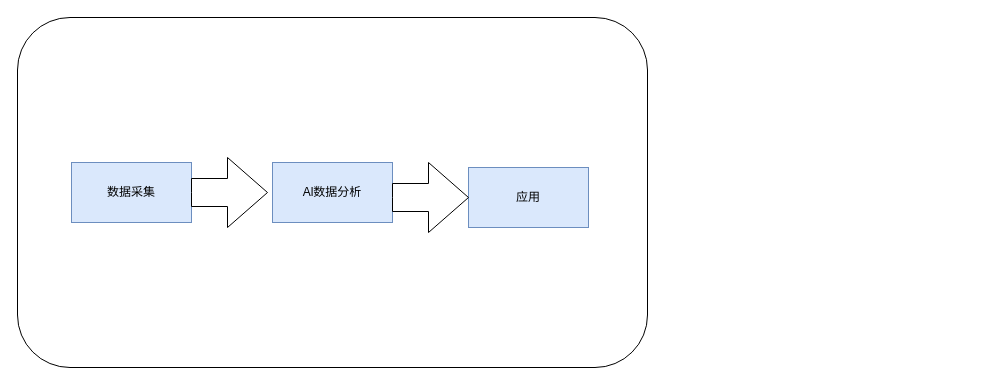
The draw.io diagram page "第 2 页" (2 of 2) of 未命名绘图.drawio in YangDongDD/-, before the edit. Source tidied: cells renumbered, new cells numbered last; positions are measured from the earlier drawing's top-left corner, leaving out a move shared by most shapes. Both pictures are drawn from the tidied source at 100%, with x=0, y=0 at pixel (17, 17).
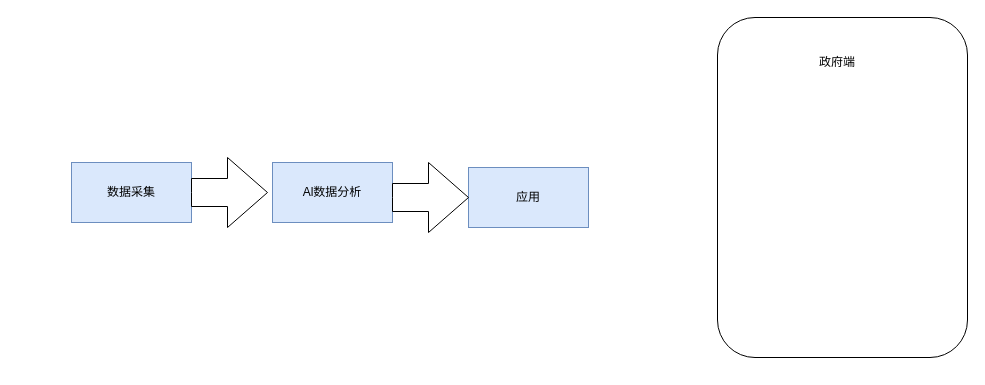
The same diagram, later.

Commit message (it also covers changes not shown here):
更新未命名绘图.drawio

What changed in the source:
```diff
@@
 <mxGraphModel>
   <root>
     <mxCell id="0" />
     <mxCell id="1" parent="0" />
-    <mxCell id="2" style="rounded=1;whiteSpace=wrap;html=1;" parent="1" vertex="1">
-      <mxGeometry width="630" height="350" as="geometry" />
-    </mxCell>
     <mxCell id="3" value="数据采集" style="rounded=0;whiteSpace=wrap;html=1;fillColor=#dae8fc;strokeColor=#6c8ebf;" parent="1" vertex="1">
       <mxGeometry x="54" y="145" width="120" height="60" as="geometry" />
     </mxCell>
     <mxCell id="4" value="Al数据分析" style="rounded=0;whiteSpace=wrap;html=1;fillColor=#dae8fc;strokeColor=#6c8ebf;" parent="1" vertex="1">
       <mxGeometry x="255" y="145" width="120" height="60" as="geometry" />
     </mxCell>
     <mxCell id="5" value="应用" style="rounded=0;whiteSpace=wrap;html=1;fillColor=#dae8fc;strokeColor=#6c8ebf;" parent="1" vertex="1">
       <mxGeometry x="451" y="150" width="120" height="60" as="geometry" />
     </mxCell>
     <mxCell id="6" style="html=1;shadow=0;dashed=0;align=center;verticalAlign=middle;shape=mxgraph.arrows2.arrow;dy=0.6;dx=40;notch=0;" parent="1" vertex="1">
       <mxGeometry x="174" y="140" width="76" height="70" as="geometry" />
     </mxCell>
     <mxCell id="7" style="html=1;shadow=0;dashed=0;align=center;verticalAlign=middle;shape=mxgraph.arrows2.arrow;dy=0.6;dx=40;notch=0;" parent="1" vertex="1">
       <mxGeometry x="375" y="145" width="76" height="70" as="geometry" />
     </mxCell>
+    <mxCell id="8" style="rounded=1;whiteSpace=wrap;html=1;" parent="1" vertex="1">
+      <mxGeometry x="700" width="250" height="340" as="geometry" />
+    </mxCell>
+    <mxCell id="9" value="政府端" style="text;html=1;strokeColor=none;fillColor=none;align=center;verticalAlign=middle;whiteSpace=wrap;rounded=0;" parent="1" vertex="1">
+      <mxGeometry x="790" y="30" width="60" height="30" as="geometry" />
+    </mxCell>
   </root>
 </mxGraphModel>
```
